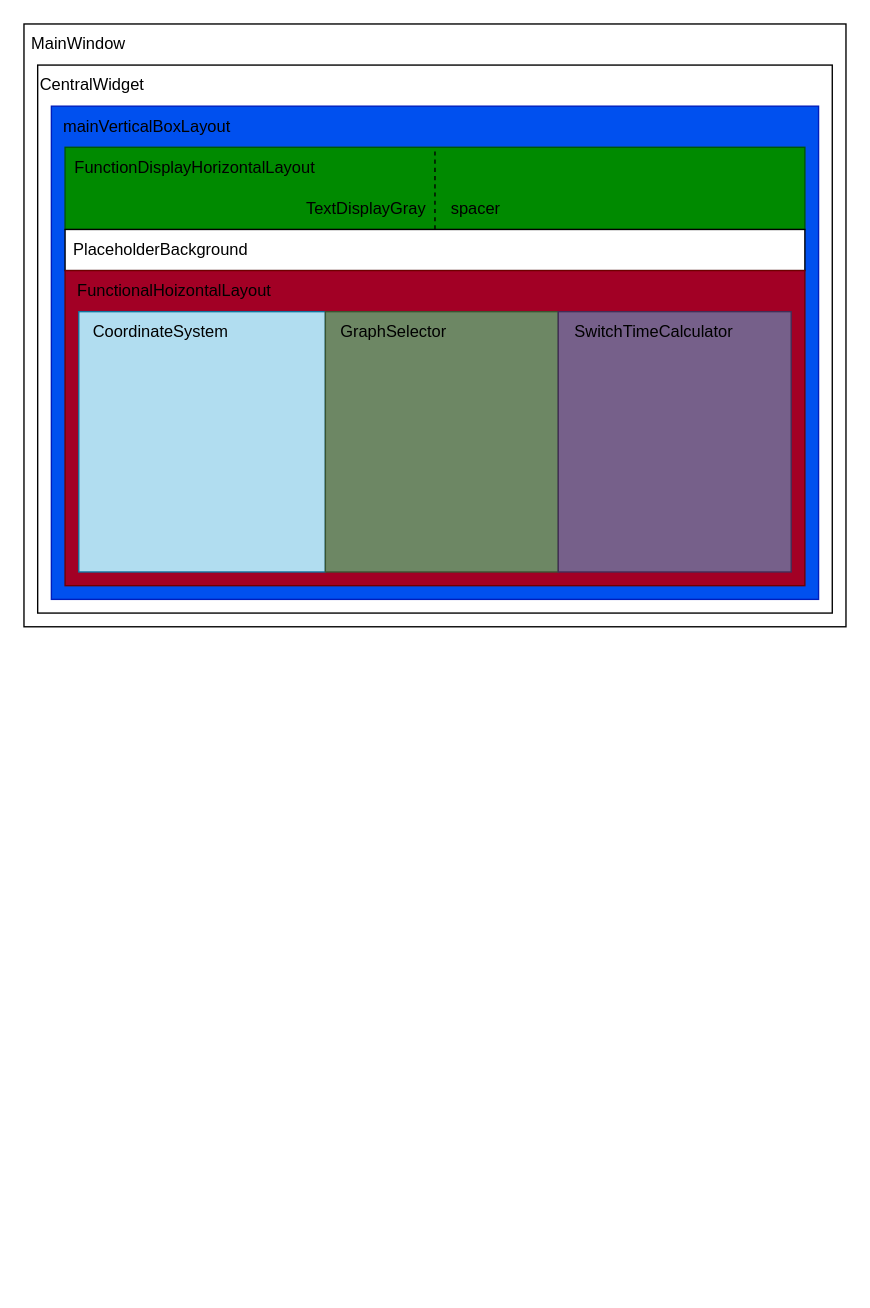
The draw.io diagram documentation/UI-Layout-Architecture.drawio in ole-hc/MCB-characteristic-curves-UI, before the edit. Source tidied: cells renumbered, new cells numbered last; positions are measured from the earlier drawing's top-left corner, leaving out a move shared by most shapes. Both pictures are drawn from the tidied source at 137%, with x=0, y=0 at pixel (23, 23).
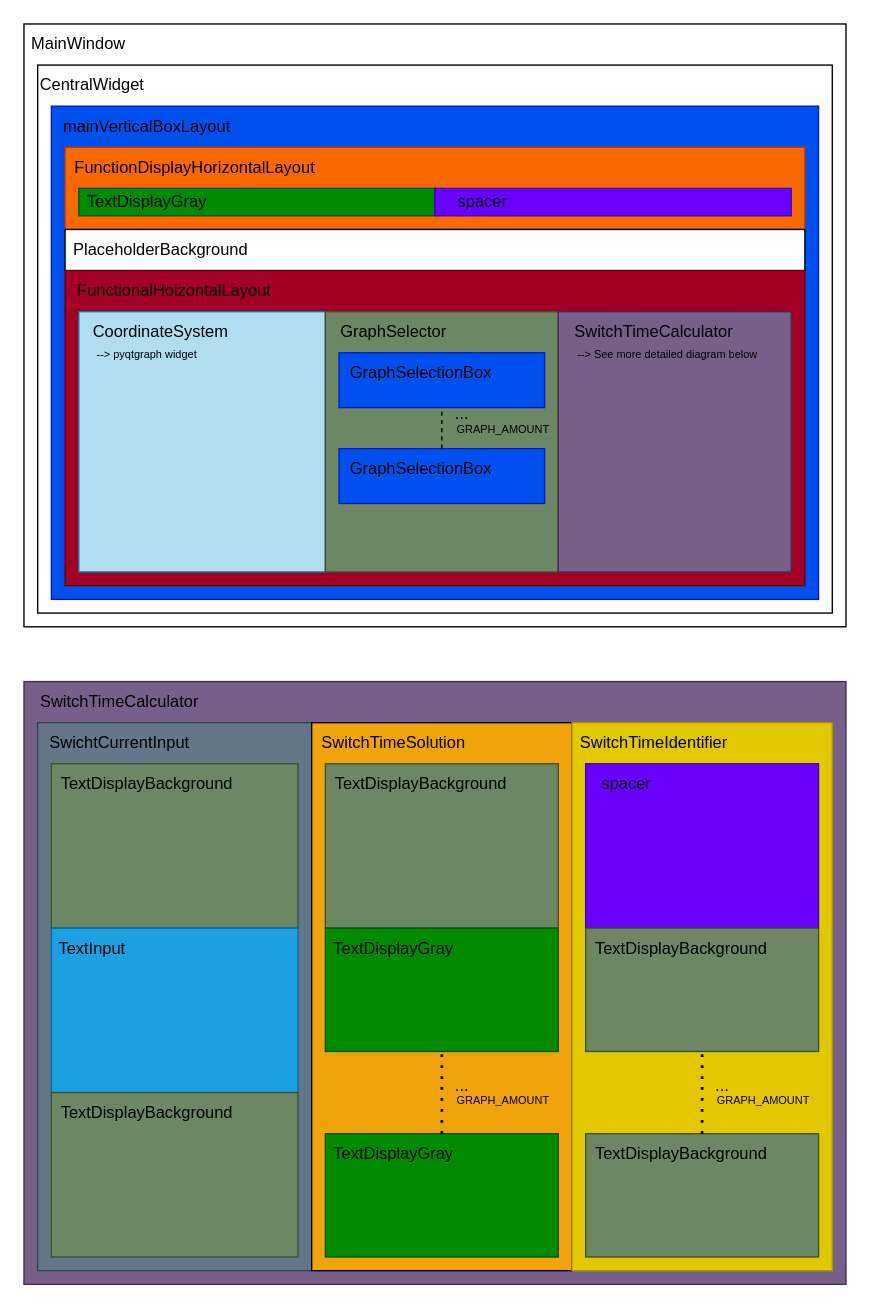
After the change.

Commit message (it also covers changes not shown here):
Update documentation with more specific diagram

The edit, as a diff of the source:
```diff
@@
-    <mxCell id="8" style="rounded=0;whiteSpace=wrap;html=1;fillColor=#008a00;fontColor=#ffffff;strokeColor=light-dark(#005700,#000000);" parent="1" vertex="1">
+    <mxCell id="8" style="rounded=0;whiteSpace=wrap;html=1;fillColor=#fa6800;fontColor=#000000;strokeColor=light-dark(#C73500, #000000);" parent="1" vertex="1">
       <mxGeometry x="30" y="90" width="540" height="60" as="geometry" />
     </mxCell>
@@
-    <mxCell id="14" style="endArrow=none;dashed=1;html=1;rounded=0;entryX=0.5;entryY=0;entryDx=0;entryDy=0;exitX=0.5;exitY=1;exitDx=0;exitDy=0;strokeColor=light-dark(#000000,#000000);" parent="1" edge="1" source="8" target="8">
-      <mxGeometry relative="1" as="geometry" />
-    </mxCell>
-    <mxCell id="15" value="TextDisplayGray" style="text;html=1;whiteSpace=wrap;strokeColor=none;fillColor=none;align=center;verticalAlign=middle;rounded=0;" parent="1" vertex="1">
-      <mxGeometry x="220" y="120" width="60" height="30" as="geometry" />
-    </mxCell>
-    <mxCell id="16" value="spacer" style="text;html=1;whiteSpace=wrap;strokeColor=none;fillColor=none;align=center;verticalAlign=middle;rounded=0;" parent="1" vertex="1">
-      <mxGeometry x="300" y="120" width="60" height="30" as="geometry" />
-    </mxCell>
-    <mxCell id="17" style="rounded=0;whiteSpace=wrap;html=1;fillColor=#b1ddf0;strokeColor=#10739e;" parent="1" vertex="1">
+    <mxCell id="17" style="rounded=0;whiteSpace=wrap;html=1;fillColor=#b1ddf0;strokeColor=light-dark(#10739E,#010101);" parent="1" vertex="1">
       <mxGeometry x="40" y="210" width="180" height="190" as="geometry" />
     </mxCell>
-    <mxCell id="18" style="rounded=0;whiteSpace=wrap;html=1;fillColor=#6d8764;strokeColor=#3A5431;fontColor=#ffffff;" parent="1" vertex="1">
+    <mxCell id="18" style="rounded=0;whiteSpace=wrap;html=1;fillColor=#6d8764;strokeColor=light-dark(#3A5431,#000000);fontColor=#ffffff;" parent="1" vertex="1">
       <mxGeometry x="220" y="210" width="170" height="190" as="geometry" />
     </mxCell>
-    <mxCell id="19" style="rounded=0;whiteSpace=wrap;html=1;fillColor=#76608a;fontColor=#ffffff;strokeColor=#432D57;" parent="1" vertex="1">
+    <mxCell id="19" style="rounded=0;whiteSpace=wrap;html=1;fillColor=#76608a;fontColor=#ffffff;strokeColor=light-dark(#432D57,#000000);" parent="1" vertex="1">
       <mxGeometry x="390" y="210" width="170" height="190" as="geometry" />
     </mxCell>
@@
+    <mxCell id="23" style="rounded=0;whiteSpace=wrap;html=1;fillColor=#0050ef;fontColor=#ffffff;strokeColor=light-dark(#001DBC,#030304);" parent="1" vertex="1">
+      <mxGeometry x="230" y="240" width="150" height="40" as="geometry" />
+    </mxCell>
+    <mxCell id="24" style="rounded=0;whiteSpace=wrap;html=1;fillColor=#0050ef;fontColor=#ffffff;strokeColor=light-dark(#001DBC, #000000);" parent="1" vertex="1">
+      <mxGeometry x="230" y="310" width="150" height="40" as="geometry" />
+    </mxCell>
+    <mxCell id="25" style="endArrow=none;dashed=1;html=1;rounded=0;entryX=0.5;entryY=1;entryDx=0;entryDy=0;exitX=0.75;exitY=0;exitDx=0;exitDy=0;" parent="1" edge="1" source="28" target="23">
+      <mxGeometry relative="1" as="geometry" />
+    </mxCell>
+    <mxCell id="26" value="..." style="text;html=1;whiteSpace=wrap;strokeColor=none;fillColor=none;align=center;verticalAlign=middle;rounded=0;" parent="1" vertex="1">
+      <mxGeometry x="290" y="270" width="60" height="30" as="geometry" />
+    </mxCell>
+    <mxCell id="27" value="GraphSelectionBox" style="text;html=1;whiteSpace=wrap;strokeColor=none;fillColor=none;align=center;verticalAlign=middle;rounded=0;" parent="1" vertex="1">
+      <mxGeometry x="260" y="240" width="60" height="30" as="geometry" />
+    </mxCell>
+    <mxCell id="28" value="GraphSelectionBox" style="text;html=1;whiteSpace=wrap;strokeColor=none;fillColor=none;align=center;verticalAlign=middle;rounded=0;" parent="1" vertex="1">
+      <mxGeometry x="260" y="310" width="60" height="30" as="geometry" />
+    </mxCell>
+    <mxCell id="29" style="rounded=0;whiteSpace=wrap;html=1;fillColor=#76608a;fontColor=#ffffff;strokeColor=light-dark(#432D57,#080709);" parent="1" vertex="1">
+      <mxGeometry y="480" width="600" height="440" as="geometry" />
+    </mxCell>
+    <mxCell id="30" value="SwitchTimeCalculator" style="text;html=1;whiteSpace=wrap;strokeColor=none;fillColor=none;align=center;verticalAlign=middle;rounded=0;" parent="1" vertex="1">
+      <mxGeometry x="40" y="480" width="60" height="30" as="geometry" />
+    </mxCell>
+    <mxCell id="31" style="rounded=0;whiteSpace=wrap;html=1;fillColor=#647687;fontColor=#ffffff;strokeColor=light-dark(#314354, #000000);" parent="1" vertex="1">
+      <mxGeometry x="10" y="510" width="200" height="400" as="geometry" />
+    </mxCell>
+    <mxCell id="32" style="rounded=0;whiteSpace=wrap;html=1;fillColor=#f0a30a;fontColor=#000000;strokeColor=light-dark(#000000,#000000);" parent="1" vertex="1">
+      <mxGeometry x="210" y="510" width="190" height="400" as="geometry" />
+    </mxCell>
+    <mxCell id="33" style="rounded=0;whiteSpace=wrap;html=1;fillColor=#e3c800;fontColor=#000000;strokeColor=light-dark(#B09500, #000000);" parent="1" vertex="1">
+      <mxGeometry x="400" y="510" width="190" height="400" as="geometry" />
+    </mxCell>
+    <mxCell id="34" value="SwichtCurrentInput" style="text;html=1;whiteSpace=wrap;strokeColor=none;fillColor=none;align=center;verticalAlign=middle;rounded=0;" parent="1" vertex="1">
+      <mxGeometry x="40" y="510" width="60" height="30" as="geometry" />
+    </mxCell>
+    <mxCell id="35" value="SwitchTimeSolution" style="text;html=1;whiteSpace=wrap;strokeColor=none;fillColor=none;align=center;verticalAlign=middle;rounded=0;" parent="1" vertex="1">
+      <mxGeometry x="240" y="510" width="60" height="30" as="geometry" />
+    </mxCell>
+    <mxCell id="36" value="SwitchTimeIdentifier" style="text;html=1;whiteSpace=wrap;strokeColor=none;fillColor=none;align=center;verticalAlign=middle;rounded=0;" parent="1" vertex="1">
+      <mxGeometry x="430" y="510" width="60" height="30" as="geometry" />
+    </mxCell>
+    <mxCell id="37" style="rounded=0;whiteSpace=wrap;html=1;fillColor=#6d8764;fontColor=#ffffff;strokeColor=light-dark(#3A5431, #000000);" parent="1" vertex="1">
+      <mxGeometry x="20" y="540" width="180" height="120" as="geometry" />
+    </mxCell>
+    <mxCell id="38" style="rounded=0;whiteSpace=wrap;html=1;fillColor=#1ba1e2;fontColor=#ffffff;strokeColor=light-dark(#006EAF, #000000);" parent="1" vertex="1">
+      <mxGeometry x="20" y="660" width="180" height="120" as="geometry" />
+    </mxCell>
+    <mxCell id="39" style="rounded=0;whiteSpace=wrap;html=1;fillColor=#6d8764;fontColor=#ffffff;strokeColor=light-dark(#3A5431, #000000);" parent="1" vertex="1">
+      <mxGeometry x="20" y="780" width="180" height="120" as="geometry" />
+    </mxCell>
+    <mxCell id="40" value="TextDisplayBackground" style="text;html=1;whiteSpace=wrap;strokeColor=none;fillColor=none;align=center;verticalAlign=middle;rounded=0;" parent="1" vertex="1">
+      <mxGeometry x="60" y="540" width="60" height="30" as="geometry" />
+    </mxCell>
+    <mxCell id="41" value="TextDisplayBackground" style="text;html=1;whiteSpace=wrap;strokeColor=none;fillColor=none;align=center;verticalAlign=middle;rounded=0;" parent="1" vertex="1">
+      <mxGeometry x="60" y="780" width="60" height="30" as="geometry" />
+    </mxCell>
+    <mxCell id="42" value="TextInput" style="text;html=1;whiteSpace=wrap;strokeColor=none;fillColor=none;align=center;verticalAlign=middle;rounded=0;" parent="1" vertex="1">
+      <mxGeometry x="20" y="660" width="60" height="30" as="geometry" />
+    </mxCell>
+    <mxCell id="43" style="rounded=0;whiteSpace=wrap;html=1;fillColor=#6d8764;fontColor=#ffffff;strokeColor=light-dark(#3A5431, #000000);" parent="1" vertex="1">
+      <mxGeometry x="220" y="540" width="170" height="120" as="geometry" />
+    </mxCell>
+    <mxCell id="44" value="TextDisplayBackground" style="text;html=1;whiteSpace=wrap;strokeColor=none;fillColor=none;align=center;verticalAlign=middle;rounded=0;" parent="1" vertex="1">
+      <mxGeometry x="260" y="540" width="60" height="30" as="geometry" />
+    </mxCell>
+    <mxCell id="45" style="rounded=0;whiteSpace=wrap;html=1;fillColor=#008a00;fontColor=#ffffff;strokeColor=light-dark(#005700, #000000);" parent="1" vertex="1">
+      <mxGeometry x="220" y="660" width="170" height="90" as="geometry" />
+    </mxCell>
+    <mxCell id="46" style="rounded=0;whiteSpace=wrap;html=1;fillColor=#008a00;fontColor=#ffffff;strokeColor=light-dark(#005700, #000000);" parent="1" vertex="1">
+      <mxGeometry x="220" y="810" width="170" height="90" as="geometry" />
+    </mxCell>
+    <mxCell id="47" value="TextDisplayGray" style="text;html=1;whiteSpace=wrap;strokeColor=none;fillColor=none;align=center;verticalAlign=middle;rounded=0;" parent="1" vertex="1">
+      <mxGeometry x="240" y="660" width="60" height="30" as="geometry" />
+    </mxCell>
+    <mxCell id="48" value="&lt;div&gt;TextDisplayGray&lt;/div&gt;" style="text;html=1;whiteSpace=wrap;strokeColor=none;fillColor=none;align=center;verticalAlign=middle;rounded=0;" parent="1" vertex="1">
+      <mxGeometry x="240" y="810" width="60" height="30" as="geometry" />
+    </mxCell>
+    <mxCell id="49" style="endArrow=none;dashed=1;html=1;dashPattern=1 3;strokeWidth=2;rounded=0;exitX=0.5;exitY=0;exitDx=0;exitDy=0;entryX=0.5;entryY=1;entryDx=0;entryDy=0;" parent="1" edge="1" source="46" target="45">
+      <mxGeometry relative="1" as="geometry" />
+    </mxCell>
+    <mxCell id="50" value="..." style="text;html=1;whiteSpace=wrap;strokeColor=none;fillColor=none;align=center;verticalAlign=middle;rounded=0;" parent="1" vertex="1">
+      <mxGeometry x="290" y="760" width="60" height="30" as="geometry" />
+    </mxCell>
+    <mxCell id="51" value="&lt;font style=&quot;font-size: 8px;&quot;&gt;GRAPH_AMOUNT&lt;/font&gt;" style="text;html=1;whiteSpace=wrap;strokeColor=none;fillColor=none;align=center;verticalAlign=middle;rounded=0;" parent="1" vertex="1">
+      <mxGeometry x="320" y="770" width="60" height="30" as="geometry" />
+    </mxCell>
+    <mxCell id="52" value="&lt;font style=&quot;font-size: 8px;&quot;&gt;GRAPH_AMOUNT&lt;/font&gt;" style="text;html=1;whiteSpace=wrap;strokeColor=none;fillColor=none;align=center;verticalAlign=middle;rounded=0;" parent="1" vertex="1">
+      <mxGeometry x="325" y="280" width="50" height="30" as="geometry" />
+    </mxCell>
+    <mxCell id="53" style="rounded=0;whiteSpace=wrap;html=1;fillColor=#6a00ff;fontColor=#ffffff;strokeColor=light-dark(#3700CC, #000000);" parent="1" vertex="1">
+      <mxGeometry x="410" y="540" width="170" height="120" as="geometry" />
+    </mxCell>
+    <mxCell id="54" style="rounded=0;whiteSpace=wrap;html=1;fillColor=#6d8764;fontColor=#ffffff;strokeColor=light-dark(#3A5431, #000000);" parent="1" vertex="1">
+      <mxGeometry x="410" y="660" width="170" height="90" as="geometry" />
+    </mxCell>
+    <mxCell id="55" style="rounded=0;whiteSpace=wrap;html=1;fillColor=#6d8764;fontColor=#ffffff;strokeColor=light-dark(#3A5431, #000000);" parent="1" vertex="1">
+      <mxGeometry x="410" y="810" width="170" height="90" as="geometry" />
+    </mxCell>
+    <mxCell id="56" value="spacer" style="text;html=1;whiteSpace=wrap;strokeColor=none;fillColor=none;align=center;verticalAlign=middle;rounded=0;" parent="1" vertex="1">
+      <mxGeometry x="410" y="540" width="60" height="30" as="geometry" />
+    </mxCell>
+    <mxCell id="57" value="TextDisplayBackground" style="text;html=1;whiteSpace=wrap;strokeColor=none;fillColor=none;align=center;verticalAlign=middle;rounded=0;" parent="1" vertex="1">
+      <mxGeometry x="450" y="660" width="60" height="30" as="geometry" />
+    </mxCell>
+    <mxCell id="58" value="TextDisplayBackground" style="text;html=1;whiteSpace=wrap;strokeColor=none;fillColor=none;align=center;verticalAlign=middle;rounded=0;" parent="1" vertex="1">
+      <mxGeometry x="450" y="810" width="60" height="30" as="geometry" />
+    </mxCell>
+    <mxCell id="59" style="endArrow=none;dashed=1;html=1;dashPattern=1 3;strokeWidth=2;rounded=0;exitX=0.75;exitY=0;exitDx=0;exitDy=0;entryX=0.5;entryY=1;entryDx=0;entryDy=0;" parent="1" edge="1" source="58" target="54">
+      <mxGeometry relative="1" as="geometry" />
+    </mxCell>
+    <mxCell id="60" value="..." style="text;html=1;whiteSpace=wrap;strokeColor=none;fillColor=none;align=center;verticalAlign=middle;rounded=0;" parent="1" vertex="1">
+      <mxGeometry x="480" y="760" width="60" height="30" as="geometry" />
+    </mxCell>
+    <mxCell id="61" value="&lt;font style=&quot;font-size: 8px;&quot;&gt;GRAPH_AMOUNT&lt;/font&gt;" style="text;html=1;whiteSpace=wrap;strokeColor=none;fillColor=none;align=center;verticalAlign=middle;rounded=0;" parent="1" vertex="1">
+      <mxGeometry x="510" y="770" width="60" height="30" as="geometry" />
+    </mxCell>
+    <mxCell id="62" style="rounded=0;whiteSpace=wrap;html=1;fillColor=#008a00;fontColor=#ffffff;strokeColor=light-dark(#005700, #000000);" parent="1" vertex="1">
+      <mxGeometry x="40" y="120" width="260" height="20" as="geometry" />
+    </mxCell>
+    <mxCell id="63" value="TextDisplayGray" style="text;html=1;whiteSpace=wrap;strokeColor=none;fillColor=none;align=center;verticalAlign=middle;rounded=0;" parent="1" vertex="1">
+      <mxGeometry x="60" y="115" width="60" height="30" as="geometry" />
+    </mxCell>
+    <mxCell id="64" style="rounded=0;whiteSpace=wrap;html=1;fillColor=#6a00ff;fontColor=#ffffff;strokeColor=light-dark(#3700CC, #000000);" parent="1" vertex="1">
+      <mxGeometry x="300" y="120" width="260" height="20" as="geometry" />
+    </mxCell>
+    <mxCell id="65" value="spacer" style="text;html=1;whiteSpace=wrap;strokeColor=none;fillColor=none;align=center;verticalAlign=middle;rounded=0;" parent="1" vertex="1">
+      <mxGeometry x="305" y="115" width="60" height="30" as="geometry" />
+    </mxCell>
+    <mxCell id="66" value="&lt;font style=&quot;font-size: 8px;&quot;&gt;--&amp;gt; pyqtgraph widget&lt;/font&gt;" style="text;html=1;whiteSpace=wrap;strokeColor=none;fillColor=none;align=center;verticalAlign=middle;rounded=0;" parent="1" vertex="1">
+      <mxGeometry x="35" y="225" width="110" height="30" as="geometry" />
+    </mxCell>
+    <mxCell id="67" value="&lt;font style=&quot;font-size: 8px;&quot;&gt;--&amp;gt; See more detailed diagram below&lt;/font&gt;" style="text;html=1;whiteSpace=wrap;strokeColor=none;fillColor=none;align=center;verticalAlign=middle;rounded=0;" parent="1" vertex="1">
+      <mxGeometry x="390" y="225" width="160" height="30" as="geometry" />
+    </mxCell>
```
